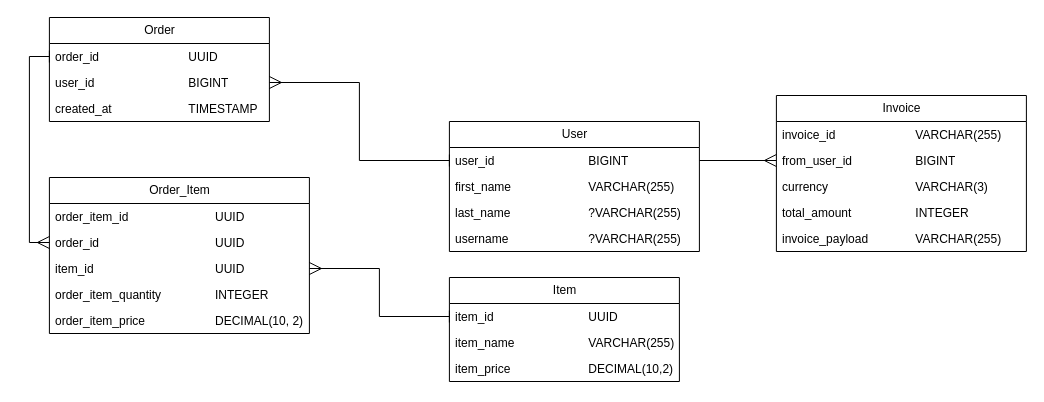
Before: Systemconf.drawio in drogan-v/drogans-systemconf-backend, a draw.io diagram. Source tidied: cells renumbered, new cells numbered last; positions are measured from the earlier drawing's top-left corner, leaving out a move shared by most shapes. Both pictures are drawn from the tidied source at 100%, with x=0, y=0 at pixel (49, 17).
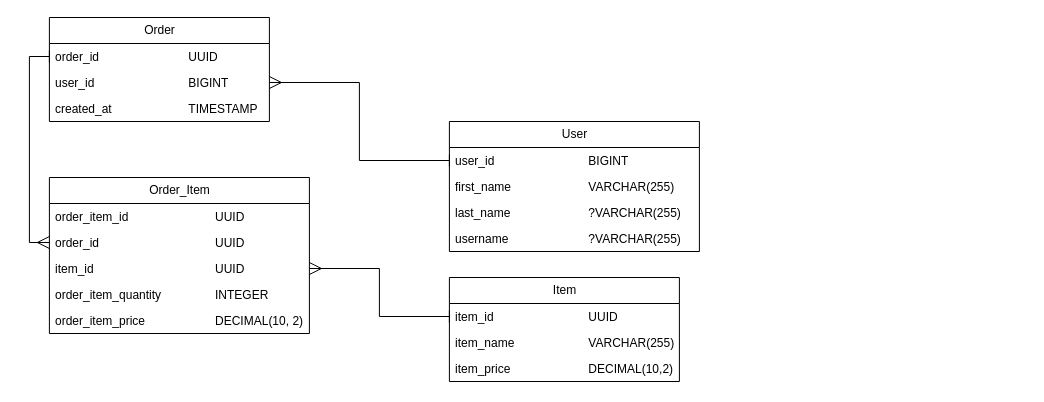
Above is the later version.

Unchanged cells that the change refers to:
```xml
<mxCell id="14" value="user_id&lt;span style=&quot;white-space: pre;&quot;&gt;&#9;&lt;/span&gt;&lt;span style=&quot;white-space: pre;&quot;&gt;&#9;&lt;/span&gt;&lt;span style=&quot;white-space: pre;&quot;&gt;&#9;&lt;/span&gt;&lt;span style=&quot;white-space: pre;&quot;&gt;&#9;&lt;/span&gt;BIGINT&lt;div&gt;&lt;br&gt;&lt;/div&gt;" style="text;strokeColor=none;fillColor=none;align=left;verticalAlign=top;spacingLeft=4;spacingRight=4;overflow=hidden;points=[[0,0.5],[1,0.5]];portConstraint=eastwest;whiteSpace=wrap;html=1;" parent="13" vertex="1">
  <mxGeometry y="26" width="250" height="26" as="geometry" />
</mxCell>
```

Diff of the diagram source:
```diff
@@
-    <mxCell id="24" value="Invoice" style="swimlane;fontStyle=0;horizontal=1;startSize=26;fillColor=none;html=1;" parent="1" vertex="1">
-      <mxGeometry x="726.9" y="78" width="250" height="156" as="geometry" />
-    </mxCell>
-    <mxCell id="25" value="invoice_id&lt;span style=&quot;white-space: pre;&quot;&gt;&#9;&lt;/span&gt;&lt;span style=&quot;white-space: pre;&quot;&gt;&#9;&lt;/span&gt;&lt;span style=&quot;white-space: pre;&quot;&gt;&#9;&lt;/span&gt;VARCHAR(255)&lt;div&gt;&lt;br&gt;&lt;/div&gt;" style="text;strokeColor=none;fillColor=none;align=left;verticalAlign=top;spacingLeft=4;spacingRight=4;overflow=hidden;whiteSpace=wrap;html=1;" parent="24" vertex="1">
-      <mxGeometry y="26" width="250" height="26" as="geometry" />
-    </mxCell>
-    <mxCell id="26" value="from_user_id&lt;span style=&quot;white-space: pre;&quot;&gt;&#9;&lt;/span&gt;&lt;span style=&quot;white-space: pre;&quot;&gt;&#9;&lt;/span&gt;&lt;span style=&quot;white-space: pre;&quot;&gt;&#9;&lt;/span&gt;BIGINT&lt;div&gt;&lt;br&gt;&lt;/div&gt;" style="text;strokeColor=none;fillColor=none;align=left;verticalAlign=top;spacingLeft=4;spacingRight=4;overflow=hidden;points=[[0,0.5],[1,0.5]];portConstraint=eastwest;whiteSpace=wrap;html=1;" parent="24" vertex="1">
-      <mxGeometry y="52" width="250" height="26" as="geometry" />
-    </mxCell>
-    <mxCell id="27" value="currency&lt;span style=&quot;white-space: pre;&quot;&gt;&#9;&lt;/span&gt;&lt;span style=&quot;white-space: pre;&quot;&gt;&#9;&lt;/span&gt;&lt;span style=&quot;white-space: pre;&quot;&gt;&#9;&lt;span style=&quot;white-space: pre;&quot;&gt;&#9;&lt;/span&gt;&lt;/span&gt;VARCHAR(3)" style="text;strokeColor=none;fillColor=none;align=left;verticalAlign=top;spacingLeft=4;spacingRight=4;overflow=hidden;whiteSpace=wrap;html=1;" parent="24" vertex="1">
-      <mxGeometry y="78" width="250" height="26" as="geometry" />
-    </mxCell>
-    <mxCell id="28" value="total_amount&lt;span style=&quot;white-space: pre;&quot;&gt;&#9;&lt;/span&gt;&lt;span style=&quot;white-space: pre;&quot;&gt;&#9;&lt;/span&gt;&lt;span style=&quot;white-space: pre;&quot;&gt;&#9;&lt;/span&gt;INTEGER" style="text;strokeColor=none;fillColor=none;align=left;verticalAlign=top;spacingLeft=4;spacingRight=4;overflow=hidden;whiteSpace=wrap;html=1;" parent="24" vertex="1">
-      <mxGeometry y="104" width="250" height="26" as="geometry" />
-    </mxCell>
-    <mxCell id="29" value="invoice_payload&lt;span style=&quot;white-space: pre;&quot;&gt;&#9;&lt;/span&gt;&lt;span style=&quot;white-space: pre;&quot;&gt;&#9;&lt;/span&gt;VARCHAR(255)" style="text;strokeColor=none;fillColor=none;align=left;verticalAlign=top;spacingLeft=4;spacingRight=4;overflow=hidden;whiteSpace=wrap;html=1;" parent="24" vertex="1">
-      <mxGeometry y="130" width="250" height="26" as="geometry" />
-    </mxCell>
-    <mxCell id="30" style="edgeStyle=orthogonalEdgeStyle;rounded=0;jettySize=auto;html=1;exitX=1;exitY=0.5;exitDx=0;exitDy=0;entryX=0;entryY=0.5;entryDx=0;entryDy=0;endArrow=ERmany;endFill=0;endSize=10;startSize=10;" parent="1" edge="1" source="14" target="26">
-      <mxGeometry relative="1" as="geometry" />
-    </mxCell>
```
